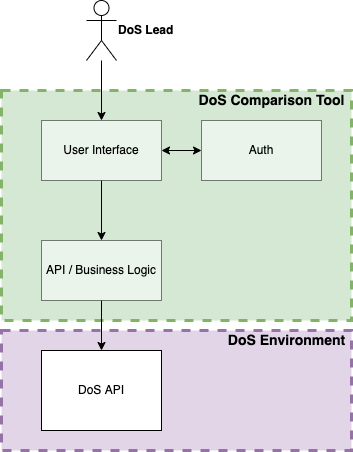
This is documentation/diagrams/DoS-Comparison-Tool-Architecture.drawio.png from nhsd-exeter/dos-comparison-tool, a draw.io export, as it was before one commit. Source tidied: cells renumbered, new cells last; positions are measured from the earlier drawing's top-left corner, leaving out a move shared by most shapes. Source of this version:
```xml
<mxGraphModel background="#ffffff">
  <root>
    <mxCell id="0" />
    <mxCell id="1" parent="0" />
    <mxCell id="2" style="rounded=0;whiteSpace=wrap;html=1;dashed=1;strokeWidth=3;fillColor=#e1d5e7;strokeColor=#9673a6;" parent="1" vertex="1">
      <mxGeometry y="330" width="350" height="120" as="geometry" />
    </mxCell>
    <mxCell id="3" style="rounded=0;whiteSpace=wrap;html=1;fillColor=#d5e8d4;strokeColor=#82b366;dashed=1;strokeWidth=3;" parent="1" vertex="1">
      <mxGeometry y="90" width="350" height="230" as="geometry" />
    </mxCell>
    <mxCell id="4" style="edgeStyle=none;html=1;" parent="1" edge="1" source="5" target="10">
      <mxGeometry relative="1" as="geometry" />
    </mxCell>
    <mxCell id="5" value="DoS Lead" style="shape=umlActor;verticalLabelPosition=middle;verticalAlign=middle;html=1;outlineConnect=0;fontStyle=1;labelPosition=right;align=left;" parent="1" vertex="1">
      <mxGeometry x="85" width="30" height="60" as="geometry" />
    </mxCell>
    <mxCell id="6" style="edgeStyle=none;html=1;entryX=0.5;entryY=0;entryDx=0;entryDy=0;" parent="1" edge="1" source="10" target="11">
      <mxGeometry relative="1" as="geometry" />
    </mxCell>
    <mxCell id="7" style="edgeStyle=none;html=1;entryX=0.5;entryY=0;entryDx=0;entryDy=0;exitX=0.5;exitY=1;exitDx=0;exitDy=0;" parent="1" edge="1" source="11" target="8">
      <mxGeometry relative="1" as="geometry" />
    </mxCell>
    <mxCell id="8" value="DoS API" style="rounded=0;whiteSpace=wrap;html=1;" parent="1" vertex="1">
      <mxGeometry x="40" y="350" width="120" height="80" as="geometry" />
    </mxCell>
    <mxCell id="9" style="edgeStyle=none;html=1;startArrow=classic;startFill=1;" parent="1" edge="1" source="10" target="12">
      <mxGeometry relative="1" as="geometry" />
    </mxCell>
    <mxCell id="10" value="User Interface" style="rounded=0;whiteSpace=wrap;html=1;opacity=50;" parent="1" vertex="1">
      <mxGeometry x="40" y="120" width="120" height="60" as="geometry" />
    </mxCell>
    <mxCell id="11" value="API / Business Logic" style="rounded=0;whiteSpace=wrap;html=1;opacity=50;" parent="1" vertex="1">
      <mxGeometry x="40" y="240" width="120" height="60" as="geometry" />
    </mxCell>
    <mxCell id="12" value="Auth" style="rounded=0;whiteSpace=wrap;html=1;opacity=50;" parent="1" vertex="1">
      <mxGeometry x="200" y="120" width="120" height="60" as="geometry" />
    </mxCell>
    <mxCell id="13" value="DoS Comparison Tool" style="text;html=1;align=center;verticalAlign=middle;strokeColor=none;fillColor=none;fontStyle=1;fontSize=14;" parent="1" vertex="1">
      <mxGeometry x="190" y="90" width="160" height="20" as="geometry" />
    </mxCell>
    <mxCell id="14" value="DoS Environment" style="text;html=1;align=center;verticalAlign=middle;strokeColor=none;fillColor=none;fontStyle=1;fontSize=14;" parent="1" vertex="1">
      <mxGeometry x="220" y="330" width="130" height="20" as="geometry" />
    </mxCell>
  </root>
</mxGraphModel>
```
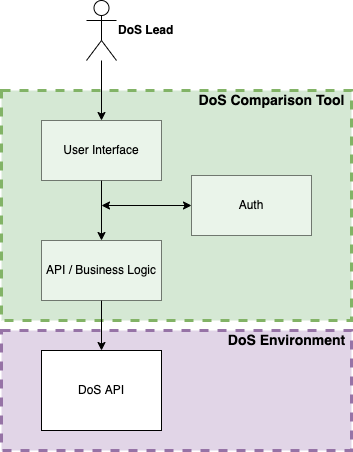
The same diagram one commit later.

The edit, as a diff of the source:
```diff
@@ -23,8 +23,10 @@
     <mxCell id="8" value="DoS API" style="rounded=0;whiteSpace=wrap;html=1;" parent="1" vertex="1">
       <mxGeometry x="40" y="350" width="120" height="80" as="geometry" />
     </mxCell>
-    <mxCell id="9" style="edgeStyle=none;html=1;startArrow=classic;startFill=1;" parent="1" edge="1" source="10" target="12">
-      <mxGeometry relative="1" as="geometry" />
+    <mxCell id="9" style="edgeStyle=none;html=1;startArrow=classic;startFill=1;" parent="1" edge="1" target="12">
+      <mxGeometry relative="1" as="geometry">
+        <mxPoint x="100" y="205" as="sourcePoint" />
+      </mxGeometry>
     </mxCell>
     <mxCell id="10" value="User Interface" style="rounded=0;whiteSpace=wrap;html=1;opacity=50;" parent="1" vertex="1">
       <mxGeometry x="40" y="120" width="120" height="60" as="geometry" />
@@ -33,7 +35,7 @@
       <mxGeometry x="40" y="240" width="120" height="60" as="geometry" />
     </mxCell>
     <mxCell id="12" value="Auth" style="rounded=0;whiteSpace=wrap;html=1;opacity=50;" parent="1" vertex="1">
-      <mxGeometry x="200" y="120" width="120" height="60" as="geometry" />
+      <mxGeometry x="190" y="175" width="120" height="60" as="geometry" />
     </mxCell>
     <mxCell id="13" value="DoS Comparison Tool" style="text;html=1;align=center;verticalAlign=middle;strokeColor=none;fillColor=none;fontStyle=1;fontSize=14;" parent="1" vertex="1">
       <mxGeometry x="190" y="90" width="160" height="20" as="geometry" />
```
